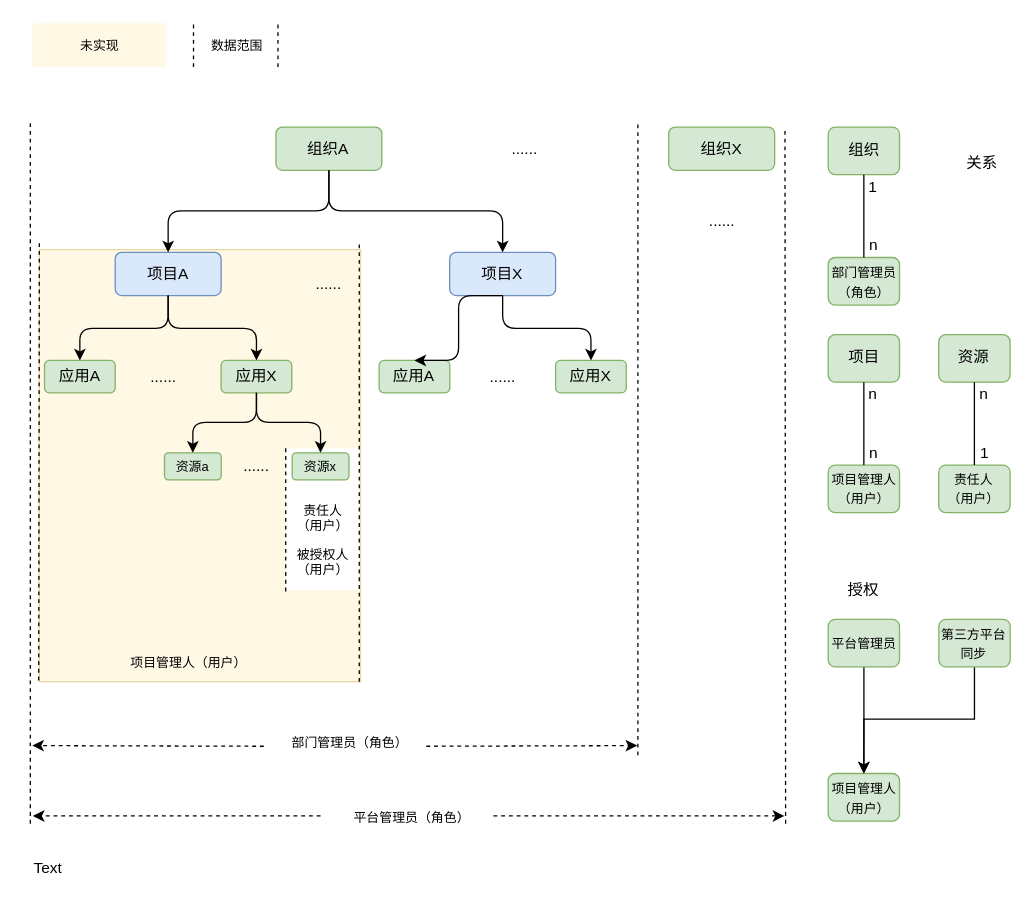
Earlier version of the draw.io diagram 项目应用资源管理.drawio (Darren0829/draw.io). Source tidied: cells renumbered, new cells numbered last; positions are measured from the earlier drawing's top-left corner, leaving out a move shared by most shapes. Both pictures are drawn from the tidied source at 129%, with x=0, y=0 at pixel (22, 23).
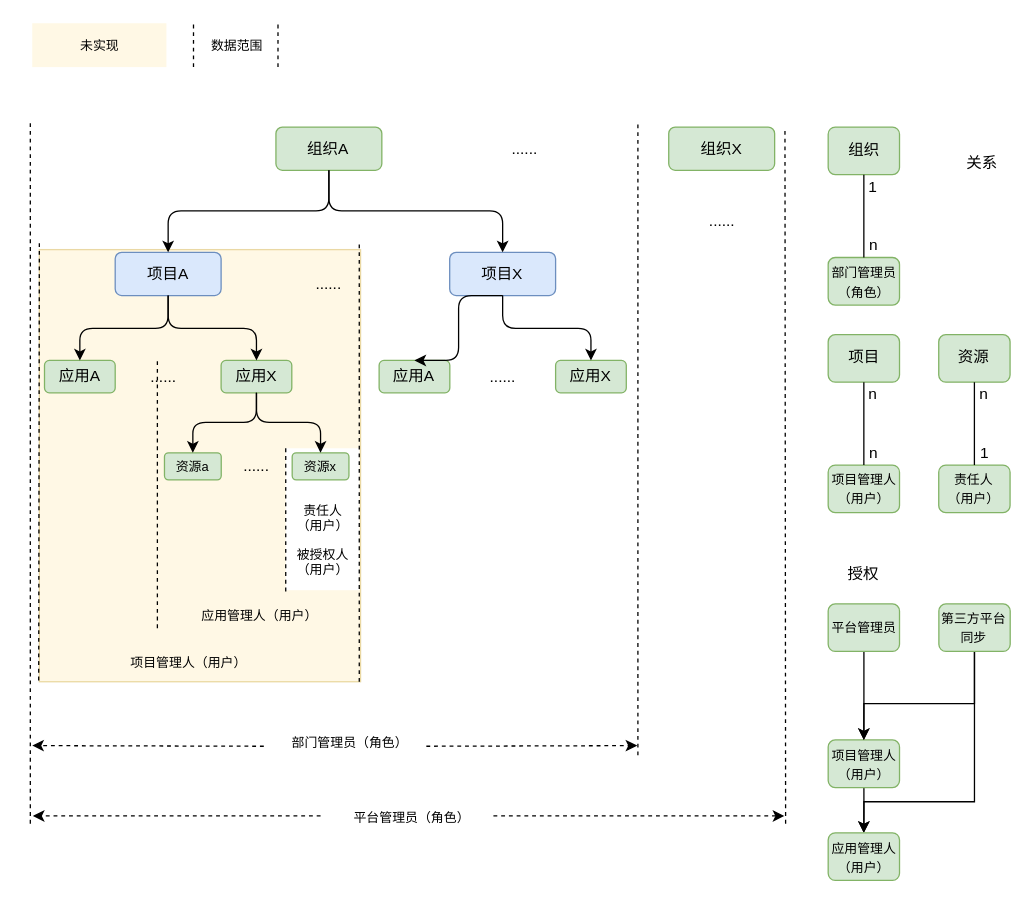
Above is the later version.

Commit message:
更新项目应用资源管理.drawio

What changed in the source:
```diff
@@
-    <mxCell id="67" value="Text" style="text;html=1;strokeColor=none;fillColor=none;align=center;verticalAlign=middle;whiteSpace=wrap;rounded=0;" parent="1" vertex="1">
-      <mxGeometry y="645" width="40" height="20" as="geometry" />
-    </mxCell>
+    <mxCell id="75" style="edgeStyle=orthogonalEdgeStyle;rounded=0;jettySize=auto;html=1;entryX=0.5;entryY=0;entryDx=0;entryDy=0;" parent="1" edge="1" source="68" target="79">
+      <mxGeometry relative="1" as="geometry" />
+    </mxCell>
     <mxCell id="68" value="&lt;span style=&quot;font-size: 10px&quot;&gt;项目管理人&lt;br&gt;（用户）&lt;/span&gt;" style="rounded=1;whiteSpace=wrap;html=1;fillColor=#d5e8d4;strokeColor=#82b366;" parent="1" vertex="1">
-      <mxGeometry x="624.5" y="581.1" width="55.3" height="36.9" as="geometry" />
+      <mxGeometry x="624.5" y="555.1" width="55.3" height="36.9" as="geometry" />
     </mxCell>
@@
     <mxCell id="70" value="&lt;font size=&quot;1&quot;&gt;平台管理员&lt;/font&gt;" style="rounded=1;whiteSpace=wrap;html=1;fillColor=#d5e8d4;strokeColor=#82b366;" parent="1" vertex="1">
-      <mxGeometry x="624.5" y="461.6" width="55.3" height="36.9" as="geometry" />
+      <mxGeometry x="624.5" y="449.6" width="55.3" height="36.9" as="geometry" />
     </mxCell>
     <mxCell id="71" style="edgeStyle=orthogonalEdgeStyle;rounded=0;jettySize=auto;html=1;entryX=0.5;entryY=0;entryDx=0;entryDy=0;" parent="1" edge="1" source="72" target="68">
       <mxGeometry relative="1" as="geometry">
         <Array as="points">
-          <mxPoint x="738" y="539" />
-          <mxPoint x="652" y="539" />
+          <mxPoint x="738" y="527" />
+          <mxPoint x="652" y="527" />
         </Array>
       </mxGeometry>
     </mxCell>
+    <mxCell id="76" style="edgeStyle=orthogonalEdgeStyle;rounded=0;jettySize=auto;html=1;entryX=0.5;entryY=0;entryDx=0;entryDy=0;" parent="1" edge="1" source="72" target="79">
+      <mxGeometry relative="1" as="geometry">
+        <Array as="points">
+          <mxPoint x="738" y="603" />
+          <mxPoint x="652" y="603" />
+        </Array>
+      </mxGeometry>
+    </mxCell>
     <mxCell id="72" value="&lt;font size=&quot;1&quot;&gt;第三方平台同步&lt;/font&gt;" style="rounded=1;whiteSpace=wrap;html=1;fillColor=#d5e8d4;strokeColor=#82b366;" parent="1" vertex="1">
-      <mxGeometry x="710.3" y="461.6" width="55.3" height="36.9" as="geometry" />
+      <mxGeometry x="710.3" y="449.6" width="55.3" height="36.9" as="geometry" />
     </mxCell>
@@
     <mxCell id="74" value="授权" style="text;html=1;strokeColor=none;fillColor=none;align=center;verticalAlign=middle;whiteSpace=wrap;rounded=0;" parent="1" vertex="1">
-      <mxGeometry x="632" y="429" width="40" height="20" as="geometry" />
+      <mxGeometry x="632" y="417" width="40" height="20" as="geometry" />
     </mxCell>
+    <mxCell id="77" style="endArrow=none;dashed=1;html=1;fontSize=10;" parent="1" edge="1">
+      <mxGeometry relative="1" as="geometry">
+        <mxPoint x="104.5" y="468.5" as="sourcePoint" />
+        <mxPoint x="104.5" y="261" as="targetPoint" />
+      </mxGeometry>
+    </mxCell>
+    <mxCell id="78" value="应用管理人（用户）" style="text;html=1;strokeColor=none;fillColor=none;align=center;verticalAlign=middle;whiteSpace=wrap;rounded=0;fontSize=10;" parent="1" vertex="1">
+      <mxGeometry x="134.5" y="449" width="98" height="20" as="geometry" />
+    </mxCell>
+    <mxCell id="79" value="&lt;span style=&quot;font-size: 10px&quot;&gt;应用管理人&lt;br&gt;（用户）&lt;/span&gt;" style="rounded=1;whiteSpace=wrap;html=1;fillColor=#d5e8d4;strokeColor=#82b366;" parent="1" vertex="1">
+      <mxGeometry x="624.5" y="627.1" width="55.3" height="36.9" as="geometry" />
+    </mxCell>
```
